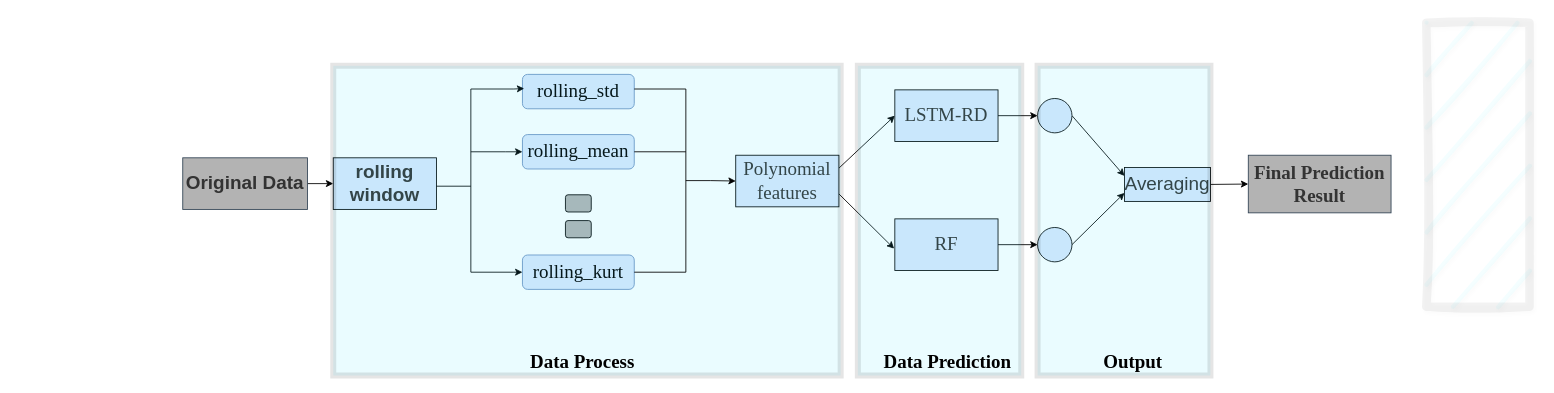
Before: huihe.drawio in Lu-Ming-Song/C, a draw.io diagram. Source tidied: cells renumbered, new cells numbered last; positions are measured from the earlier drawing's top-left corner, leaving out a move shared by most shapes. Both pictures are drawn from the tidied source at 86%, with x=0, y=0 at pixel (182, 22).
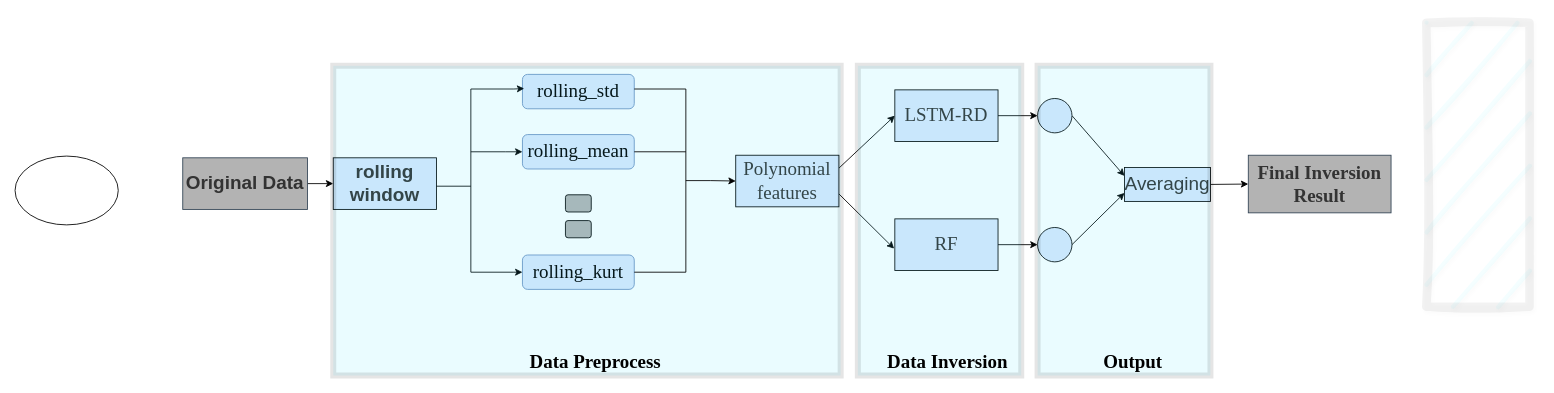
After the change.

Diff of the diagram source:
```diff
@@
-    <mxCell id="16" value="&lt;font face=&quot;Times New Roman&quot; style=&quot;font-size: 22px;&quot; color=&quot;#333333&quot;&gt;&lt;b style=&quot;&quot;&gt;Final Prediction&lt;/b&gt;&lt;/font&gt;&lt;div style=&quot;color: rgb(0, 0, 0); font-size: 22px;&quot;&gt;&lt;font face=&quot;Times New Roman&quot; style=&quot;font-size: 22px;&quot; color=&quot;#333333&quot;&gt;&lt;b style=&quot;&quot;&gt;Result&lt;/b&gt;&lt;/font&gt;&lt;/div&gt;" style="rounded=0;whiteSpace=wrap;html=1;fillColor=#B3B3B3;strokeColor=#314354;fontColor=#ffffff;" parent="1" vertex="1">
+    <mxCell id="16" value="&lt;font face=&quot;Times New Roman&quot; style=&quot;font-size: 22px;&quot; color=&quot;#333333&quot;&gt;&lt;b style=&quot;&quot;&gt;Final Inversion&lt;/b&gt;&lt;/font&gt;&lt;div style=&quot;color: rgb(0, 0, 0); font-size: 22px;&quot;&gt;&lt;font face=&quot;Times New Roman&quot; style=&quot;font-size: 22px;&quot; color=&quot;#333333&quot;&gt;&lt;b style=&quot;&quot;&gt;Result&lt;/b&gt;&lt;/font&gt;&lt;/div&gt;" style="rounded=0;whiteSpace=wrap;html=1;fillColor=#B3B3B3;strokeColor=#314354;fontColor=#ffffff;" parent="1" vertex="1">
       <mxGeometry x="1239" y="154" width="166" height="67" as="geometry" />
     </mxCell>
@@
-    <mxCell id="33" value="&lt;font size=&quot;1&quot; style=&quot;&quot; face=&quot;Times New Roman&quot;&gt;&lt;b style=&quot;font-size: 22px;&quot;&gt;Data Process&lt;/b&gt;&lt;/font&gt;" style="text;strokeColor=none;align=center;fillColor=none;html=1;verticalAlign=middle;whiteSpace=wrap;rounded=0;" parent="1" vertex="1">
-      <mxGeometry x="395" y="380" width="140" height="30" as="geometry" />
+    <mxCell id="33" value="&lt;font size=&quot;1&quot; style=&quot;&quot; face=&quot;Times New Roman&quot;&gt;&lt;b style=&quot;font-size: 22px;&quot;&gt;Data Preprocess&lt;/b&gt;&lt;/font&gt;" style="text;strokeColor=none;align=center;fillColor=none;html=1;verticalAlign=middle;whiteSpace=wrap;rounded=0;" parent="1" vertex="1">
+      <mxGeometry x="395" y="380" width="170" height="30" as="geometry" />
     </mxCell>
-    <mxCell id="34" value="&lt;font size=&quot;1&quot; style=&quot;&quot; face=&quot;Times New Roman&quot;&gt;&lt;b style=&quot;font-size: 22px;&quot;&gt;Data Prediction&lt;/b&gt;&lt;/font&gt;" style="text;strokeColor=none;align=center;fillColor=none;html=1;verticalAlign=middle;whiteSpace=wrap;rounded=0;" parent="1" vertex="1">
+    <mxCell id="34" value="&lt;font size=&quot;1&quot; style=&quot;&quot; face=&quot;Times New Roman&quot;&gt;&lt;b style=&quot;font-size: 22px;&quot;&gt;Data Inversion&lt;/b&gt;&lt;/font&gt;" style="text;strokeColor=none;align=center;fillColor=none;html=1;verticalAlign=middle;whiteSpace=wrap;rounded=0;" parent="1" vertex="1">
       <mxGeometry x="814" y="380" width="151" height="30" as="geometry" />
     </mxCell>
@@
+    <mxCell id="40" style="ellipse;whiteSpace=wrap;html=1;" parent="1" vertex="1">
+      <mxGeometry x="-195" y="155" width="120" height="80" as="geometry" />
+    </mxCell>
```
